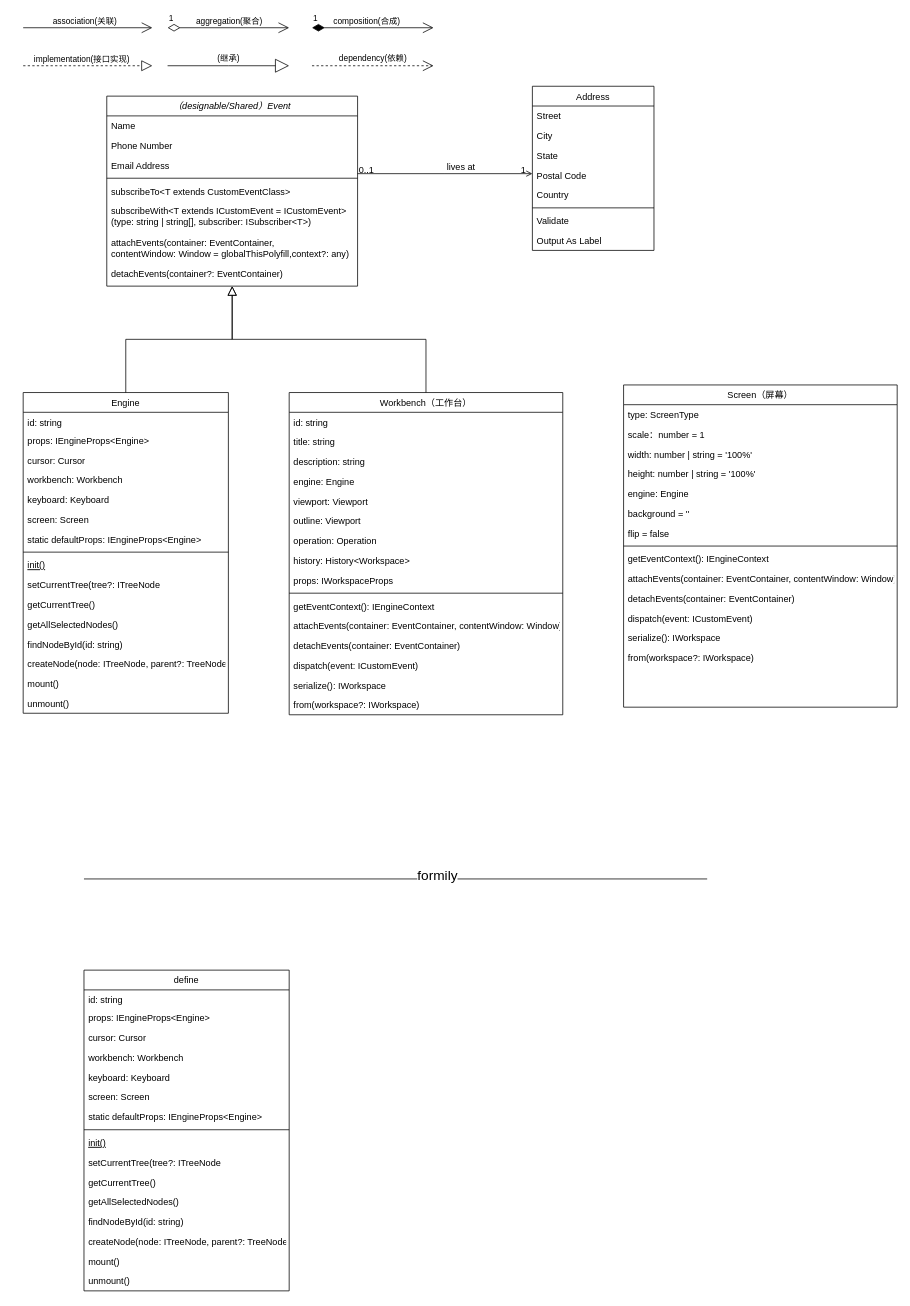
The draw.io diagram designable.drawio in laogong5i0/app.diagrams, before the edit. Source tidied: cells renumbered, new cells numbered last; positions are measured from the earlier drawing's top-left corner, leaving out a move shared by most shapes. Both pictures are drawn from the tidied source at 76%, with x=0, y=0 at pixel (23, 27).
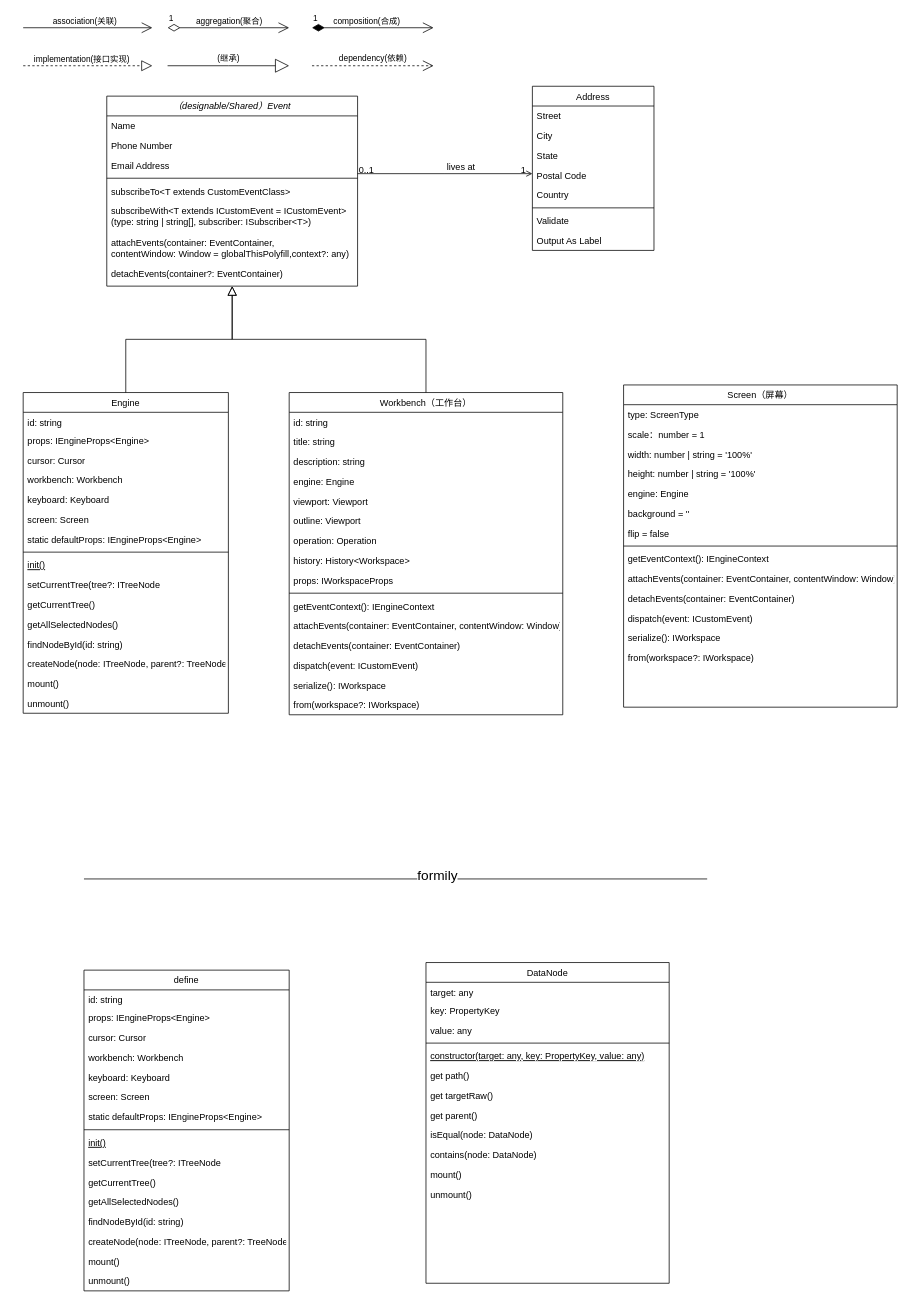
The same page after the edit.

What changed in the source:
```diff
@@
+    <mxCell id="104" value="DataNode" style="swimlane;fontStyle=0;align=center;verticalAlign=top;horizontal=1;startSize=26;rounded=0;shadow=0;strokeWidth=1;" parent="1" vertex="1">
+      <mxGeometry x="530" y="1230" width="320" height="422" as="geometry" />
+    </mxCell>
+    <mxCell id="105" value="target: any" style="text;align=left;verticalAlign=top;spacingLeft=4;spacingRight=4;overflow=hidden;" parent="104" vertex="1">
+      <mxGeometry y="26" width="320" height="24" as="geometry" />
+    </mxCell>
+    <mxCell id="106" value="key: PropertyKey" style="text;align=left;verticalAlign=top;spacingLeft=4;spacingRight=4;overflow=hidden;rounded=0;shadow=0;html=0;" parent="104" vertex="1">
+      <mxGeometry y="50" width="320" height="26" as="geometry" />
+    </mxCell>
+    <mxCell id="107" value="value: any" style="text;align=left;verticalAlign=top;spacingLeft=4;spacingRight=4;overflow=hidden;rounded=0;shadow=0;html=0;" parent="104" vertex="1">
+      <mxGeometry y="76" width="320" height="26" as="geometry" />
+    </mxCell>
+    <mxCell id="108" style="line;html=1;strokeWidth=1;align=left;verticalAlign=middle;spacingTop=-1;spacingLeft=3;spacingRight=3;labelPosition=right;" parent="104" vertex="1">
+      <mxGeometry y="102" width="320" height="8" as="geometry" />
+    </mxCell>
+    <mxCell id="109" value="constructor(target: any, key: PropertyKey, value: any)" style="text;align=left;verticalAlign=top;spacingLeft=4;spacingRight=4;overflow=hidden;fontStyle=4;" parent="104" vertex="1">
+      <mxGeometry y="110" width="320" height="26" as="geometry" />
+    </mxCell>
+    <mxCell id="110" value="get path()" style="text;align=left;verticalAlign=top;spacingLeft=4;spacingRight=4;overflow=hidden;" parent="104" vertex="1">
+      <mxGeometry y="136" width="320" height="26" as="geometry" />
+    </mxCell>
+    <mxCell id="111" value="get targetRaw()" style="text;align=left;verticalAlign=top;spacingLeft=4;spacingRight=4;overflow=hidden;" parent="104" vertex="1">
+      <mxGeometry y="162" width="320" height="26" as="geometry" />
+    </mxCell>
+    <mxCell id="112" value="get parent()" style="text;align=left;verticalAlign=top;spacingLeft=4;spacingRight=4;overflow=hidden;" parent="104" vertex="1">
+      <mxGeometry y="188" width="320" height="26" as="geometry" />
+    </mxCell>
+    <mxCell id="113" value="isEqual(node: DataNode)" style="text;align=left;verticalAlign=top;spacingLeft=4;spacingRight=4;overflow=hidden;" parent="104" vertex="1">
+      <mxGeometry y="214" width="320" height="26" as="geometry" />
+    </mxCell>
+    <mxCell id="114" value="contains(node: DataNode)" style="text;align=left;verticalAlign=top;spacingLeft=4;spacingRight=4;overflow=hidden;" parent="104" vertex="1">
+      <mxGeometry y="240" width="320" height="26" as="geometry" />
+    </mxCell>
+    <mxCell id="115" value="mount()" style="text;align=left;verticalAlign=top;spacingLeft=4;spacingRight=4;overflow=hidden;" parent="104" vertex="1">
+      <mxGeometry y="266" width="320" height="26" as="geometry" />
+    </mxCell>
+    <mxCell id="116" value="unmount()" style="text;align=left;verticalAlign=top;spacingLeft=4;spacingRight=4;overflow=hidden;" parent="104" vertex="1">
+      <mxGeometry y="292" width="320" height="26" as="geometry" />
+    </mxCell>
```
